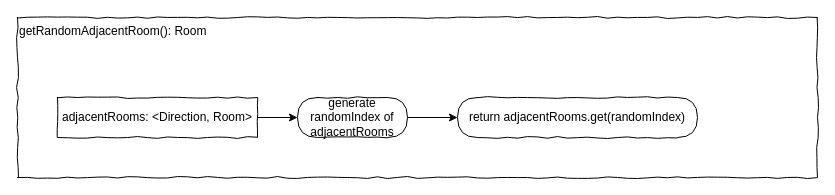
This is page "Room" (4 of 6) of concept/classes.drawio from AljoshaVieth/SoftwareDesignTextAdventure, a draw.io file, before an edit. Source tidied: cells renumbered, new cells numbered last; positions are measured from the earlier drawing's top-left corner, leaving out a move shared by most shapes. Both pictures are drawn from the tidied source at 100%, with x=0, y=0 at pixel (17, 17).
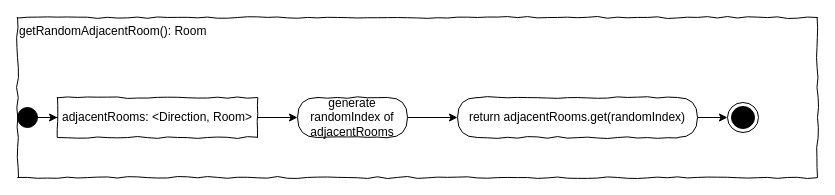
The same diagram, later.

Diff of the diagram source:
```diff
@@
 <mxGraphModel>
   <root>
     <mxCell id="0" />
     <mxCell id="1" parent="0" />
     <mxCell id="2" value="&lt;div style=&quot;text-align: left&quot;&gt;&lt;span style=&quot;text-align: center&quot;&gt;getRandomAdjacentRoom(): Room&lt;/span&gt;&lt;br&gt;&lt;/div&gt;" style="rounded=0;whiteSpace=wrap;html=1;shadow=0;glass=0;comic=1;strokeColor=#000000;labelPosition=center;verticalLabelPosition=middle;align=left;verticalAlign=top;absoluteArcSize=1;arcSize=50;" parent="1" vertex="1">
       <mxGeometry width="800" height="160" as="geometry" />
     </mxCell>
     <mxCell id="3" style="edgeStyle=orthogonalEdgeStyle;rounded=0;jettySize=auto;html=1;entryX=0;entryY=0.5;entryDx=0;entryDy=0;" parent="1" edge="1" source="4" target="6">
       <mxGeometry relative="1" as="geometry" />
     </mxCell>
     <mxCell id="4" value="&lt;div style=&quot;text-align: left&quot;&gt;&lt;span&gt;adjacentRooms: &amp;lt;Direction, Room&amp;gt;&lt;/span&gt;&lt;br&gt;&lt;/div&gt;" style="rounded=0;whiteSpace=wrap;html=1;comic=1;" parent="1" vertex="1">
       <mxGeometry x="40" y="80" width="200" height="40" as="geometry" />
     </mxCell>
     <mxCell id="5" style="edgeStyle=orthogonalEdgeStyle;rounded=0;jettySize=auto;html=1;entryX=0;entryY=0.5;entryDx=0;entryDy=0;" parent="1" edge="1" source="6" target="7">
       <mxGeometry relative="1" as="geometry" />
     </mxCell>
     <mxCell id="6" value="generate randomIndex of adjacentRooms" style="rounded=1;whiteSpace=wrap;html=1;absoluteArcSize=1;arcSize=50;strokeWidth=1;shadow=0;comic=1;align=center;" parent="1" vertex="1">
       <mxGeometry x="280" y="80" width="110" height="40" as="geometry" />
     </mxCell>
+    <mxCell id="8" style="edgeStyle=orthogonalEdgeStyle;rounded=0;jettySize=auto;html=1;entryX=0;entryY=0.5;entryDx=0;entryDy=0;" parent="1" edge="1" source="7" target="11">
+      <mxGeometry relative="1" as="geometry" />
+    </mxCell>
     <mxCell id="7" value="return adjacentRooms.get(randomIndex)" style="rounded=1;whiteSpace=wrap;html=1;absoluteArcSize=1;arcSize=50;strokeWidth=1;shadow=0;comic=1;align=center;" parent="1" vertex="1">
       <mxGeometry x="440" y="80" width="240" height="40" as="geometry" />
     </mxCell>
+    <mxCell id="9" style="edgeStyle=orthogonalEdgeStyle;rounded=0;jettySize=auto;html=1;" parent="1" edge="1" source="10" target="4">
+      <mxGeometry relative="1" as="geometry" />
+    </mxCell>
+    <mxCell id="10" style="ellipse;whiteSpace=wrap;html=1;rounded=0;shadow=0;comic=0;labelBackgroundColor=none;strokeColor=#000000;strokeWidth=1;fillColor=#000000;fontFamily=Verdana;fontSize=12;fontColor=#000000;align=center;comic=1;" parent="1" vertex="1">
+      <mxGeometry y="90" width="20" height="20" as="geometry" />
+    </mxCell>
+    <mxCell id="11" style="ellipse;html=1;shape=endState;fillColor=#000000;strokeColor=#000000;comic=1;align=center;" parent="1" vertex="1">
+      <mxGeometry x="710" y="85" width="31" height="30" as="geometry" />
+    </mxCell>
   </root>
 </mxGraphModel>
```
